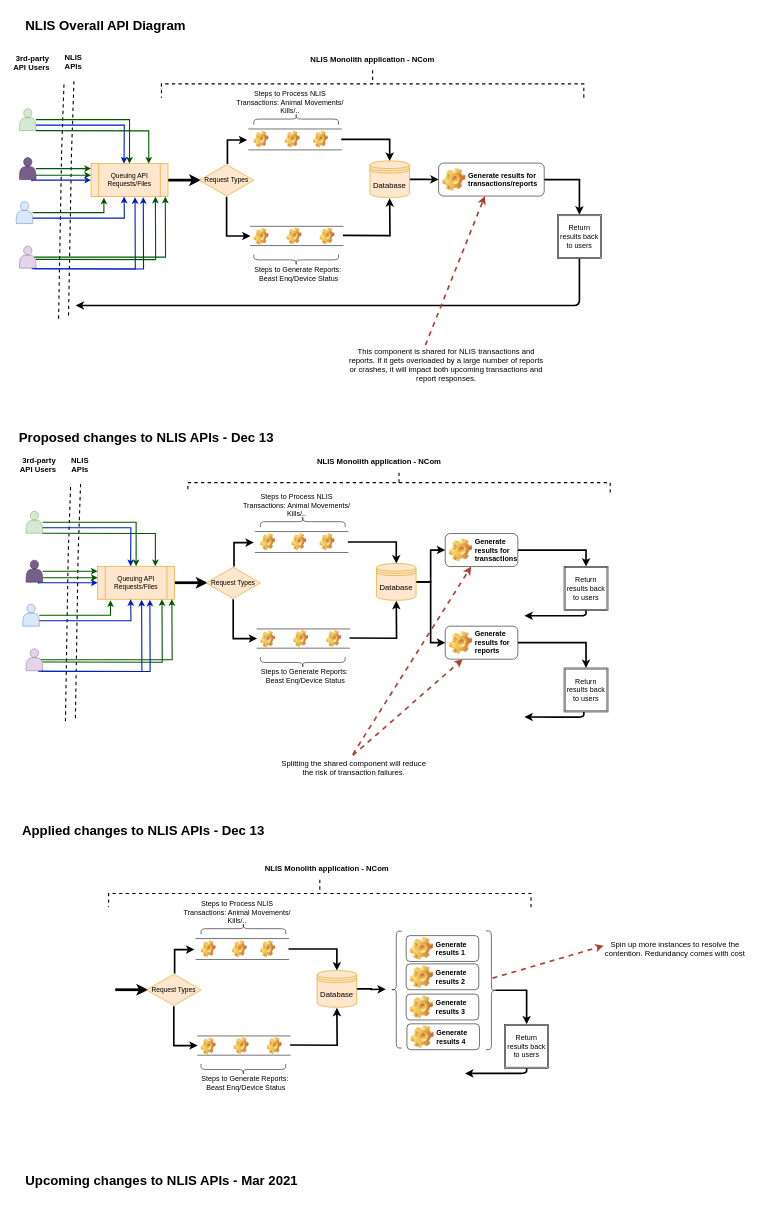
The draw.io diagram Untitled Diagram.drawio in mfahim/presentations, before the edit. Source tidied: cells renumbered, new cells numbered last; positions are measured from the earlier drawing's top-left corner, leaving out a move shared by most shapes. Both pictures are drawn from the tidied source at 55%, with x=0, y=0 at pixel (9, 15).
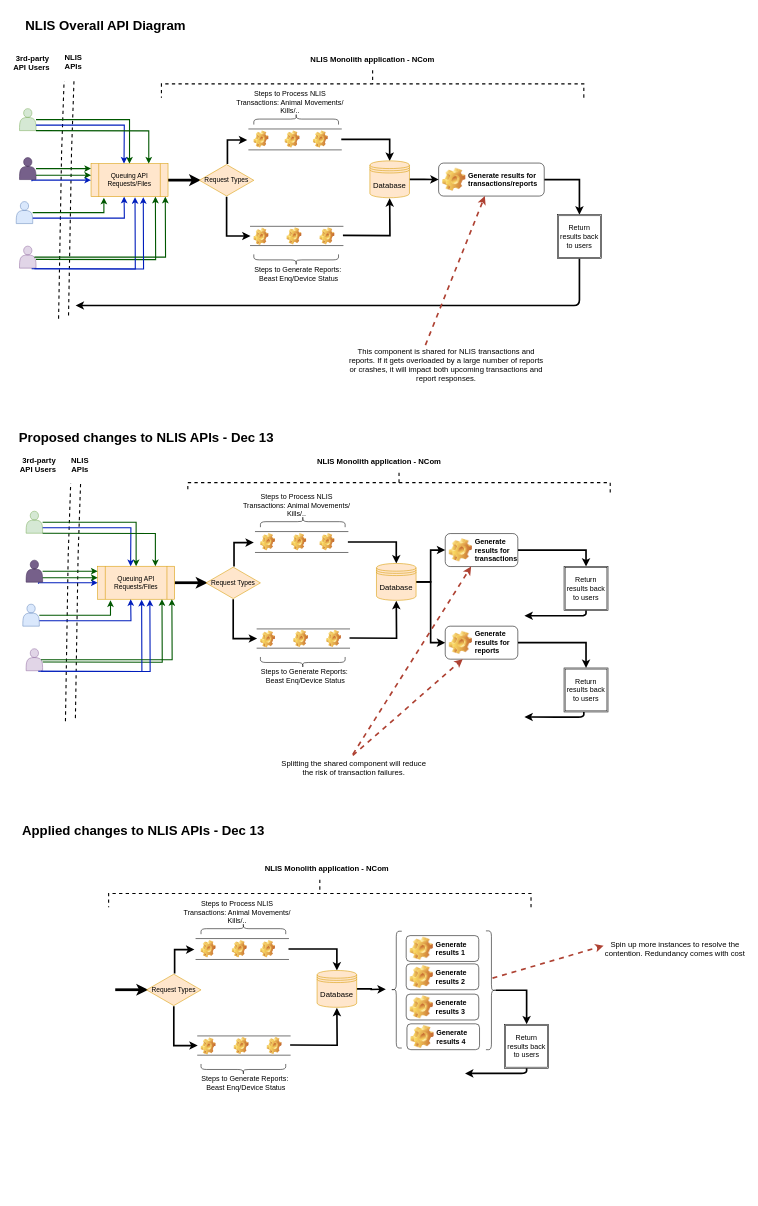
The same diagram, later.

Change to the diagram source:
```diff
@@
-    <mxCell id="140" value="&lt;h1&gt;Upcoming changes to NLIS APIs - Mar 2021&lt;/h1&gt;" style="text;html=1;strokeColor=none;fillColor=none;spacing=5;spacingTop=-20;whiteSpace=wrap;overflow=hidden;rounded=0;" parent="1" vertex="1">
-      <mxGeometry x="24" y="2100" width="516" height="48" as="geometry" />
-    </mxCell>
```
